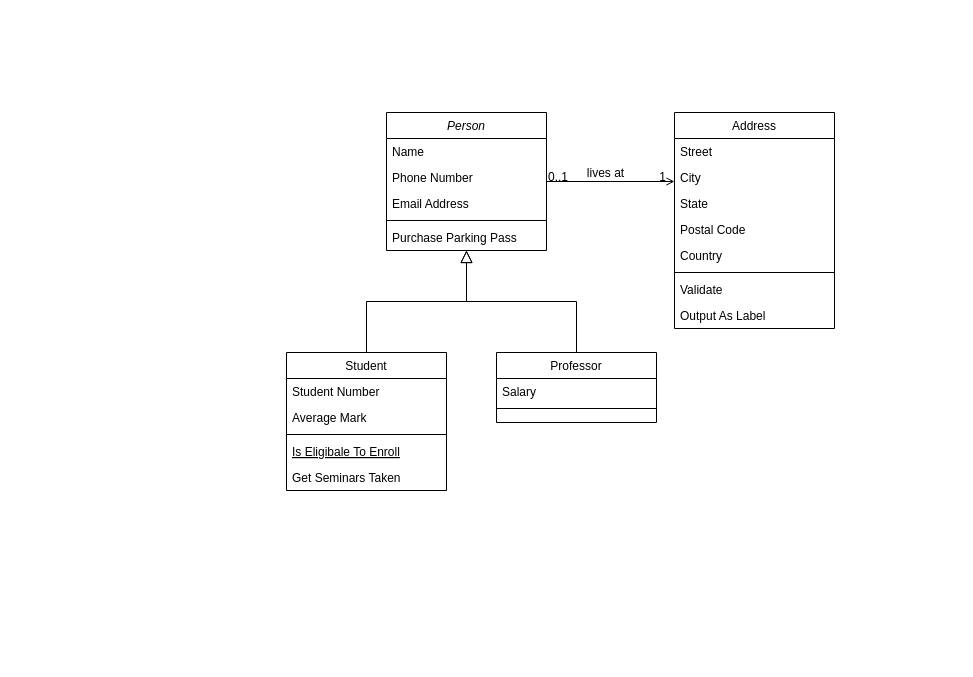
jluislima/Repositorio-de-teste keeps this draw.io diagram as Untitled Diagram.drawio. Above is the earlier version. Source tidied: cells renumbered, new cells numbered last; positions are measured from the earlier drawing's top-left corner, leaving out a move shared by most shapes. Both pictures are drawn from the tidied source at 100%, with x=0, y=0 at pixel (286, 112).
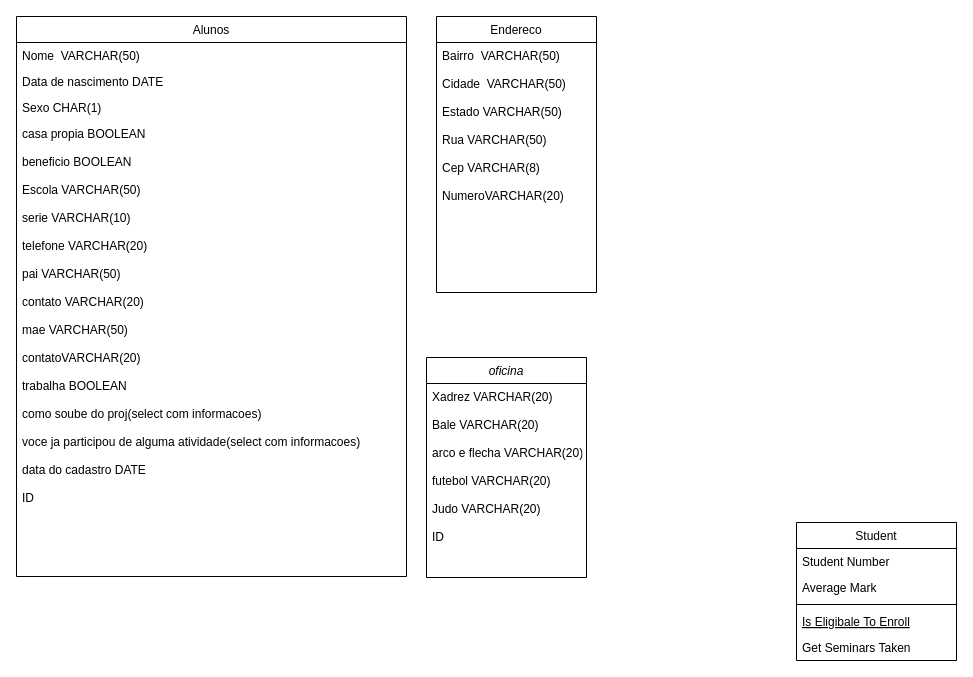
The same diagram, later.

The edit, as a diff of the source:
```diff
@@
+    <mxCell id="19" value="Alunos" style="swimlane;fontStyle=0;align=center;verticalAlign=top;horizontal=1;startSize=26;rounded=0;shadow=0;strokeWidth=1;" parent="1" vertex="1">
+      <mxGeometry x="-270" y="-96" width="390" height="560" as="geometry" />
+    </mxCell>
+    <mxCell id="20" value="Nome  VARCHAR(50)" style="text;align=left;verticalAlign=top;spacingLeft=4;spacingRight=4;overflow=hidden;" parent="19" vertex="1">
+      <mxGeometry y="26" width="390" height="26" as="geometry" />
+    </mxCell>
+    <mxCell id="21" value="Data de nascimento DATE" style="text;align=left;verticalAlign=top;spacingLeft=4;spacingRight=4;overflow=hidden;rounded=0;shadow=0;html=0;" parent="19" vertex="1">
+      <mxGeometry y="52" width="390" height="26" as="geometry" />
+    </mxCell>
+    <mxCell id="22" value="Sexo CHAR(1)" style="text;align=left;verticalAlign=top;spacingLeft=4;spacingRight=4;overflow=hidden;rounded=0;shadow=0;html=0;" parent="19" vertex="1">
+      <mxGeometry y="78" width="390" height="26" as="geometry" />
+    </mxCell>
+    <mxCell id="24" value="casa propia BOOLEAN&#10;&#10;beneficio BOOLEAN&#10;&#10;Escola VARCHAR(50)&#10;&#10;serie VARCHAR(10)&#10;&#10;telefone VARCHAR(20)&#10;&#10;pai VARCHAR(50)&#10;&#10;contato VARCHAR(20)&#10;&#10;mae VARCHAR(50)&#10;&#10;contatoVARCHAR(20)&#10;&#10;trabalha BOOLEAN&#10;&#10;como soube do proj(select com informacoes)&#10;&#10;voce ja participou de alguma atividade(select com informacoes)&#10;&#10;data do cadastro DATE&#10;&#10;ID" style="text;align=left;verticalAlign=top;spacingLeft=4;spacingRight=4;overflow=hidden;rounded=0;shadow=0;html=0;" parent="19" vertex="1">
+      <mxGeometry y="104" width="390" height="456" as="geometry" />
+    </mxCell>
-    <mxCell id="2" value="Person" style="swimlane;fontStyle=2;align=center;verticalAlign=top;horizontal=1;startSize=26;rounded=0;shadow=0;strokeWidth=1;" parent="1" vertex="1">
-      <mxGeometry x="100" width="160" height="138" as="geometry" />
+    <mxCell id="2" value="oficina" style="swimlane;fontStyle=2;align=center;verticalAlign=top;horizontal=1;startSize=26;rounded=0;shadow=0;strokeWidth=1;" parent="1" vertex="1">
+      <mxGeometry x="140" y="245" width="160" height="220" as="geometry" />
     </mxCell>
-    <mxCell id="3" value="Name" style="text;align=left;verticalAlign=top;spacingLeft=4;spacingRight=4;overflow=hidden;" parent="2" vertex="1">
-      <mxGeometry y="26" width="160" height="26" as="geometry" />
+    <mxCell id="3" value="Xadrez VARCHAR(20)&#10;&#10;Bale VARCHAR(20)&#10;&#10;arco e flecha VARCHAR(20)&#10;&#10;futebol VARCHAR(20)&#10;&#10;Judo VARCHAR(20)&#10;&#10;ID" style="text;align=left;verticalAlign=top;spacingLeft=4;spacingRight=4;overflow=hidden;" parent="2" vertex="1">
+      <mxGeometry y="26" width="160" height="194" as="geometry" />
     </mxCell>
-    <mxCell id="4" value="Phone Number" style="text;align=left;verticalAlign=top;spacingLeft=4;spacingRight=4;overflow=hidden;rounded=0;shadow=0;html=0;" parent="2" vertex="1">
-      <mxGeometry y="52" width="160" height="26" as="geometry" />
-    </mxCell>
-    <mxCell id="5" value="Email Address" style="text;align=left;verticalAlign=top;spacingLeft=4;spacingRight=4;overflow=hidden;rounded=0;shadow=0;html=0;" parent="2" vertex="1">
-      <mxGeometry y="78" width="160" height="26" as="geometry" />
-    </mxCell>
-    <mxCell id="6" style="line;html=1;strokeWidth=1;align=left;verticalAlign=middle;spacingTop=-1;spacingLeft=3;spacingRight=3;labelPosition=right;" parent="2" vertex="1">
-      <mxGeometry y="104" width="160" height="8" as="geometry" />
-    </mxCell>
-    <mxCell id="7" value="Purchase Parking Pass" style="text;align=left;verticalAlign=top;spacingLeft=4;spacingRight=4;overflow=hidden;" parent="2" vertex="1">
-      <mxGeometry y="112" width="160" height="26" as="geometry" />
-    </mxCell>
+    <mxCell id="15" value="Endereco" style="swimlane;fontStyle=0;align=center;verticalAlign=top;horizontal=1;startSize=26;rounded=0;shadow=0;strokeWidth=1;" parent="1" vertex="1">
+      <mxGeometry x="150" y="-96" width="160" height="276" as="geometry" />
+    </mxCell>
+    <mxCell id="16" value="Bairro  VARCHAR(50)&#10;&#10;Cidade  VARCHAR(50)&#10;&#10;Estado VARCHAR(50)&#10;&#10;Rua VARCHAR(50)&#10;&#10;Cep VARCHAR(8)&#10;&#10;NumeroVARCHAR(20)&#10;" style="text;align=left;verticalAlign=top;spacingLeft=4;spacingRight=4;overflow=hidden;" parent="15" vertex="1">
+      <mxGeometry y="26" width="160" height="204" as="geometry" />
+    </mxCell>
     <mxCell id="8" value="Student" style="swimlane;fontStyle=0;align=center;verticalAlign=top;horizontal=1;startSize=26;rounded=0;shadow=0;strokeWidth=1;" parent="1" vertex="1">
-      <mxGeometry y="240" width="160" height="138" as="geometry" />
+      <mxGeometry x="510" y="410" width="160" height="138" as="geometry" />
     </mxCell>
@@
-    <mxCell id="14" style="endArrow=block;endSize=10;endFill=0;shadow=0;strokeWidth=1;rounded=0;edgeStyle=elbowEdgeStyle;elbow=vertical;" parent="1" edge="1" source="8" target="2">
-      <mxGeometry relative="1" as="geometry" />
-    </mxCell>
-    <mxCell id="15" value="Professor" style="swimlane;fontStyle=0;align=center;verticalAlign=top;horizontal=1;startSize=26;rounded=0;shadow=0;strokeWidth=1;" parent="1" vertex="1">
-      <mxGeometry x="210" y="240" width="160" height="70" as="geometry" />
-    </mxCell>
-    <mxCell id="16" value="Salary" style="text;align=left;verticalAlign=top;spacingLeft=4;spacingRight=4;overflow=hidden;" parent="15" vertex="1">
-      <mxGeometry y="26" width="160" height="26" as="geometry" />
-    </mxCell>
-    <mxCell id="17" style="line;html=1;strokeWidth=1;align=left;verticalAlign=middle;spacingTop=-1;spacingLeft=3;spacingRight=3;labelPosition=right;" parent="15" vertex="1">
-      <mxGeometry y="52" width="160" height="8" as="geometry" />
-    </mxCell>
-    <mxCell id="18" style="endArrow=block;endSize=10;endFill=0;shadow=0;strokeWidth=1;rounded=0;edgeStyle=elbowEdgeStyle;elbow=vertical;" parent="1" edge="1" source="15" target="2">
-      <mxGeometry relative="1" as="geometry" />
-    </mxCell>
-    <mxCell id="19" value="Address" style="swimlane;fontStyle=0;align=center;verticalAlign=top;horizontal=1;startSize=26;rounded=0;shadow=0;strokeWidth=1;" parent="1" vertex="1">
-      <mxGeometry x="388" width="160" height="216" as="geometry" />
-    </mxCell>
-    <mxCell id="20" value="Street" style="text;align=left;verticalAlign=top;spacingLeft=4;spacingRight=4;overflow=hidden;" parent="19" vertex="1">
-      <mxGeometry y="26" width="160" height="26" as="geometry" />
-    </mxCell>
-    <mxCell id="21" value="City" style="text;align=left;verticalAlign=top;spacingLeft=4;spacingRight=4;overflow=hidden;rounded=0;shadow=0;html=0;" parent="19" vertex="1">
-      <mxGeometry y="52" width="160" height="26" as="geometry" />
-    </mxCell>
-    <mxCell id="22" value="State" style="text;align=left;verticalAlign=top;spacingLeft=4;spacingRight=4;overflow=hidden;rounded=0;shadow=0;html=0;" parent="19" vertex="1">
-      <mxGeometry y="78" width="160" height="26" as="geometry" />
-    </mxCell>
-    <mxCell id="23" value="Postal Code" style="text;align=left;verticalAlign=top;spacingLeft=4;spacingRight=4;overflow=hidden;rounded=0;shadow=0;html=0;" parent="19" vertex="1">
-      <mxGeometry y="104" width="160" height="26" as="geometry" />
-    </mxCell>
-    <mxCell id="24" value="Country" style="text;align=left;verticalAlign=top;spacingLeft=4;spacingRight=4;overflow=hidden;rounded=0;shadow=0;html=0;" parent="19" vertex="1">
-      <mxGeometry y="130" width="160" height="26" as="geometry" />
-    </mxCell>
-    <mxCell id="25" style="line;html=1;strokeWidth=1;align=left;verticalAlign=middle;spacingTop=-1;spacingLeft=3;spacingRight=3;labelPosition=right;" parent="19" vertex="1">
-      <mxGeometry y="156" width="160" height="8" as="geometry" />
-    </mxCell>
-    <mxCell id="26" value="Validate" style="text;align=left;verticalAlign=top;spacingLeft=4;spacingRight=4;overflow=hidden;" parent="19" vertex="1">
-      <mxGeometry y="164" width="160" height="26" as="geometry" />
-    </mxCell>
-    <mxCell id="27" value="Output As Label" style="text;align=left;verticalAlign=top;spacingLeft=4;spacingRight=4;overflow=hidden;" parent="19" vertex="1">
-      <mxGeometry y="190" width="160" height="26" as="geometry" />
-    </mxCell>
-    <mxCell id="28" style="endArrow=open;shadow=0;strokeWidth=1;rounded=0;endFill=1;edgeStyle=elbowEdgeStyle;elbow=vertical;" parent="1" edge="1" source="2" target="19">
-      <mxGeometry x="0.5" y="41" relative="1" as="geometry">
-        <mxPoint x="-40" y="32" as="offset" />
-      </mxGeometry>
-    </mxCell>
-    <mxCell id="29" value="0..1" style="align=left;verticalAlign=bottom;labelBackgroundColor=none;fontSize=12;" parent="28" vertex="1">
-      <mxGeometry x="-1" relative="1" as="geometry">
-        <mxPoint y="4" as="offset" />
-      </mxGeometry>
-    </mxCell>
-    <mxCell id="30" value="1" style="align=right;verticalAlign=bottom;labelBackgroundColor=none;fontSize=12;" parent="28" vertex="1">
-      <mxGeometry x="1" relative="1" as="geometry">
-        <mxPoint x="-7" y="4" as="offset" />
-      </mxGeometry>
-    </mxCell>
-    <mxCell id="31" value="lives at" style="text;html=1;align=center;verticalAlign=middle;labelBackgroundColor=none;rounded=0;shadow=0;strokeWidth=1;fontSize=12;" parent="28" vertex="1">
-      <mxGeometry x="0.5" y="49" relative="1" as="geometry">
-        <mxPoint x="-38" y="40" as="offset" />
-      </mxGeometry>
-    </mxCell>
```
